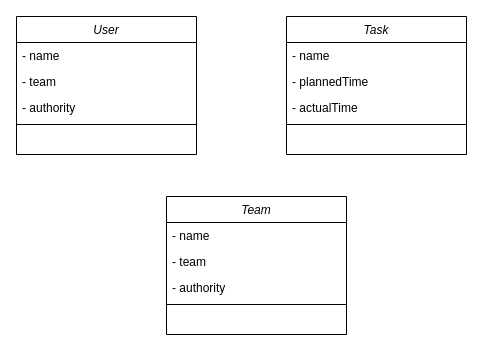
Earlier version of the draw.io diagram Диаграмма без названия.drawio (hard-gainer/UML). Source tidied: cells renumbered, new cells numbered last; positions are measured from the earlier drawing's top-left corner, leaving out a move shared by most shapes. Both pictures are drawn from the tidied source at 100%, with x=0, y=0 at pixel (16, 16).
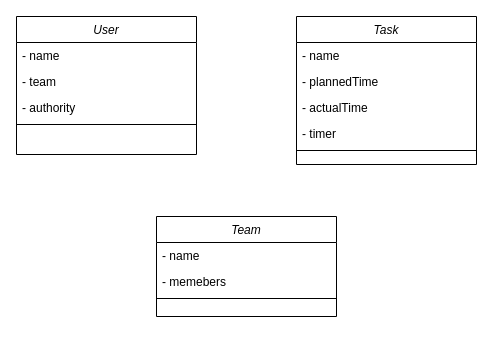
After the change.

What changed in the source:
```diff
@@
 <mxGraphModel>
   <root>
     <mxCell id="0" />
     <mxCell id="1" parent="0" />
     <mxCell id="2" value="User" style="swimlane;fontStyle=2;align=center;verticalAlign=top;horizontal=1;startSize=26;rounded=0;shadow=0;strokeWidth=1;" parent="1" vertex="1">
       <mxGeometry width="180" height="138" as="geometry" />
     </mxCell>
     <mxCell id="3" value="- name" style="text;align=left;verticalAlign=top;spacingLeft=4;spacingRight=4;overflow=hidden;rounded=0;shadow=0;html=0;" parent="2" vertex="1">
       <mxGeometry y="26" width="180" height="26" as="geometry" />
     </mxCell>
     <mxCell id="4" value="- team" style="text;align=left;verticalAlign=top;spacingLeft=4;spacingRight=4;overflow=hidden;rounded=0;shadow=0;html=0;" parent="2" vertex="1">
       <mxGeometry y="52" width="180" height="26" as="geometry" />
     </mxCell>
     <mxCell id="5" value="- authority" style="text;align=left;verticalAlign=top;spacingLeft=4;spacingRight=4;overflow=hidden;rounded=0;shadow=0;html=0;" parent="2" vertex="1">
       <mxGeometry y="78" width="180" height="26" as="geometry" />
     </mxCell>
     <mxCell id="6" style="line;html=1;strokeWidth=1;align=left;verticalAlign=middle;spacingTop=-1;spacingLeft=3;spacingRight=3;labelPosition=right;" parent="2" vertex="1">
       <mxGeometry y="104" width="180" height="8" as="geometry" />
     </mxCell>
     <mxCell id="7" value="Task" style="swimlane;fontStyle=2;align=center;verticalAlign=top;horizontal=1;startSize=26;rounded=0;shadow=0;strokeWidth=1;" parent="1" vertex="1">
-      <mxGeometry x="270" width="180" height="138" as="geometry" />
+      <mxGeometry x="280" width="180" height="148" as="geometry" />
     </mxCell>
     <mxCell id="8" value="- name" style="text;align=left;verticalAlign=top;spacingLeft=4;spacingRight=4;overflow=hidden;rounded=0;shadow=0;html=0;" parent="7" vertex="1">
       <mxGeometry y="26" width="180" height="26" as="geometry" />
     </mxCell>
     <mxCell id="9" value="- plannedTime" style="text;align=left;verticalAlign=top;spacingLeft=4;spacingRight=4;overflow=hidden;rounded=0;shadow=0;html=0;" parent="7" vertex="1">
       <mxGeometry y="52" width="180" height="26" as="geometry" />
     </mxCell>
     <mxCell id="10" value="- actualTime" style="text;align=left;verticalAlign=top;spacingLeft=4;spacingRight=4;overflow=hidden;rounded=0;shadow=0;html=0;" parent="7" vertex="1">
       <mxGeometry y="78" width="180" height="26" as="geometry" />
     </mxCell>
+    <mxCell id="17" value="- timer" style="text;align=left;verticalAlign=top;spacingLeft=4;spacingRight=4;overflow=hidden;rounded=0;shadow=0;html=0;" parent="7" vertex="1">
+      <mxGeometry y="104" width="180" height="26" as="geometry" />
+    </mxCell>
     <mxCell id="11" style="line;html=1;strokeWidth=1;align=left;verticalAlign=middle;spacingTop=-1;spacingLeft=3;spacingRight=3;labelPosition=right;" parent="7" vertex="1">
-      <mxGeometry y="104" width="180" height="8" as="geometry" />
+      <mxGeometry y="130" width="180" height="8" as="geometry" />
     </mxCell>
     <mxCell id="12" value="Team" style="swimlane;fontStyle=2;align=center;verticalAlign=top;horizontal=1;startSize=26;rounded=0;shadow=0;strokeWidth=1;" parent="1" vertex="1">
-      <mxGeometry x="150" y="180" width="180" height="138" as="geometry" />
+      <mxGeometry x="140" y="200" width="180" height="100" as="geometry" />
     </mxCell>
     <mxCell id="13" value="- name" style="text;align=left;verticalAlign=top;spacingLeft=4;spacingRight=4;overflow=hidden;rounded=0;shadow=0;html=0;" parent="12" vertex="1">
       <mxGeometry y="26" width="180" height="26" as="geometry" />
     </mxCell>
-    <mxCell id="14" value="- team" style="text;align=left;verticalAlign=top;spacingLeft=4;spacingRight=4;overflow=hidden;rounded=0;shadow=0;html=0;" parent="12" vertex="1">
+    <mxCell id="14" value="- memebers" style="text;align=left;verticalAlign=top;spacingLeft=4;spacingRight=4;overflow=hidden;rounded=0;shadow=0;html=0;" parent="12" vertex="1">
       <mxGeometry y="52" width="180" height="26" as="geometry" />
     </mxCell>
-    <mxCell id="15" value="- authority" style="text;align=left;verticalAlign=top;spacingLeft=4;spacingRight=4;overflow=hidden;rounded=0;shadow=0;html=0;" parent="12" vertex="1">
-      <mxGeometry y="78" width="180" height="26" as="geometry" />
-    </mxCell>
     <mxCell id="16" style="line;html=1;strokeWidth=1;align=left;verticalAlign=middle;spacingTop=-1;spacingLeft=3;spacingRight=3;labelPosition=right;" parent="12" vertex="1">
-      <mxGeometry y="104" width="180" height="8" as="geometry" />
+      <mxGeometry y="78" width="180" height="8" as="geometry" />
     </mxCell>
   </root>
 </mxGraphModel>
```
